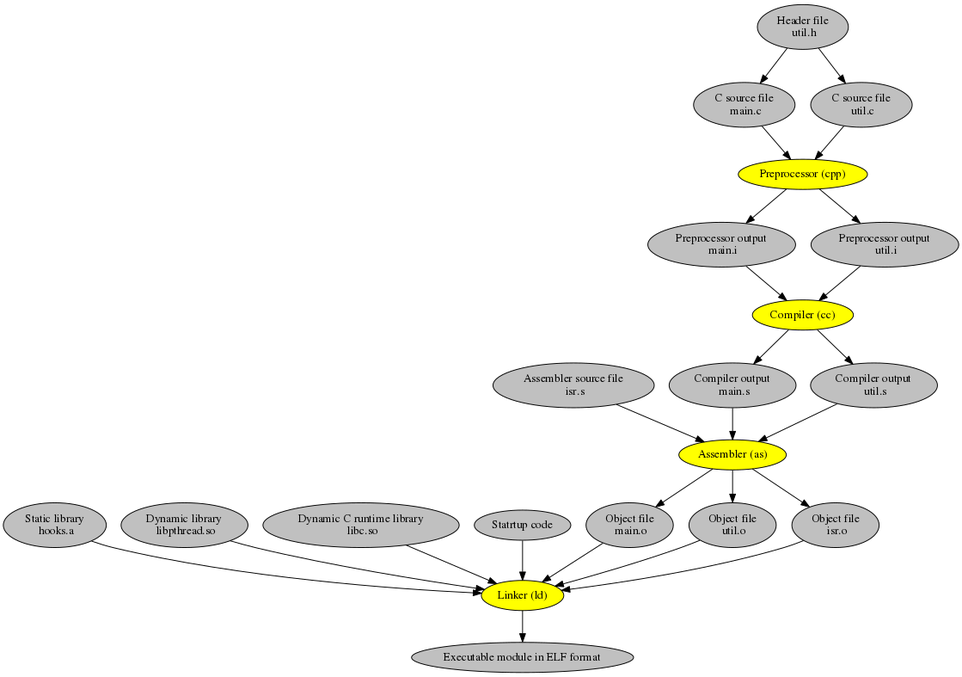
The Graphviz diagram 01_intro/01_flow.png in vslapik/c, before a commit. Its source is kept beside it as 01_intro/01_flow.dot. Source of this version:
```dot
digraph flow {
    "as" [style=filled, fillcolor=yellow,label="Assembler (as)" ];
    "ld" [style=filled, fillcolor=yellow,label="Linker (ld)"];
    "cpp" [style=filled, fillcolor=yellow,label="Preprocessor (cpp)"];
    "cc" [style=filled, fillcolor=yellow,label="Compiler (cc)"];
    "c1" [style=filled, fillcolor=gray,label="C source file\n main.c"];
    "c2" [style=filled, fillcolor=gray,label="C source file\n util.c"];
    "c1i" [style=filled, fillcolor=gray,label="Preprocessor output\n main.i"];
    "c2i" [style=filled, fillcolor=gray,label="Preprocessor output\n util.i"];
    "c1o" [style=filled, fillcolor=gray,label="Object file\n main.o"];
    "c2o" [style=filled, fillcolor=gray,label="Object file\n util.o"];
    "h" [style=filled, fillcolor=gray,label="Header file\n util.h"];
    "isrs" [style=filled, fillcolor=gray,label="Assembler source file\n isr.s"];
    "isro" [style=filled, fillcolor=gray,label="Object file\n isr.o"];
    "a" [style=filled, fillcolor=gray,label="Static library\n hooks.a"];
    "so" [style=filled, fillcolor=gray,label="Dynamic library\n libpthread.so"];
    "libc" [style=filled, fillcolor=gray,label="Dynamic C runtime library\n libc.so"];
    "startup" [style=filled, fillcolor=gray,label="Statrtup code"];
    "elf" [style=filled, fillcolor=gray,label="Executable module in ELF format"];
    "mains" [style=filled, fillcolor=gray,label="Compiler output\n main.s"];
    "utils" [style=filled, fillcolor=gray,label="Compiler output\n util.s"];
    "a" -> "ld";
    "so" -> "ld";
    "libc" -> "ld";
    "h" -> "c1" -> "cpp" -> "c1i" -> "cc" -> "mains" -> "as" -> "c1o" -> "ld";
    "h" -> "c2" -> "cpp" -> "c2i" -> "cc" -> "utils" -> "as" -> "c2o" -> "ld";
    "isrs" -> "as" -> "isro" -> "ld";
    "startup" -> "ld";
    "ld" -> "elf";
}
```
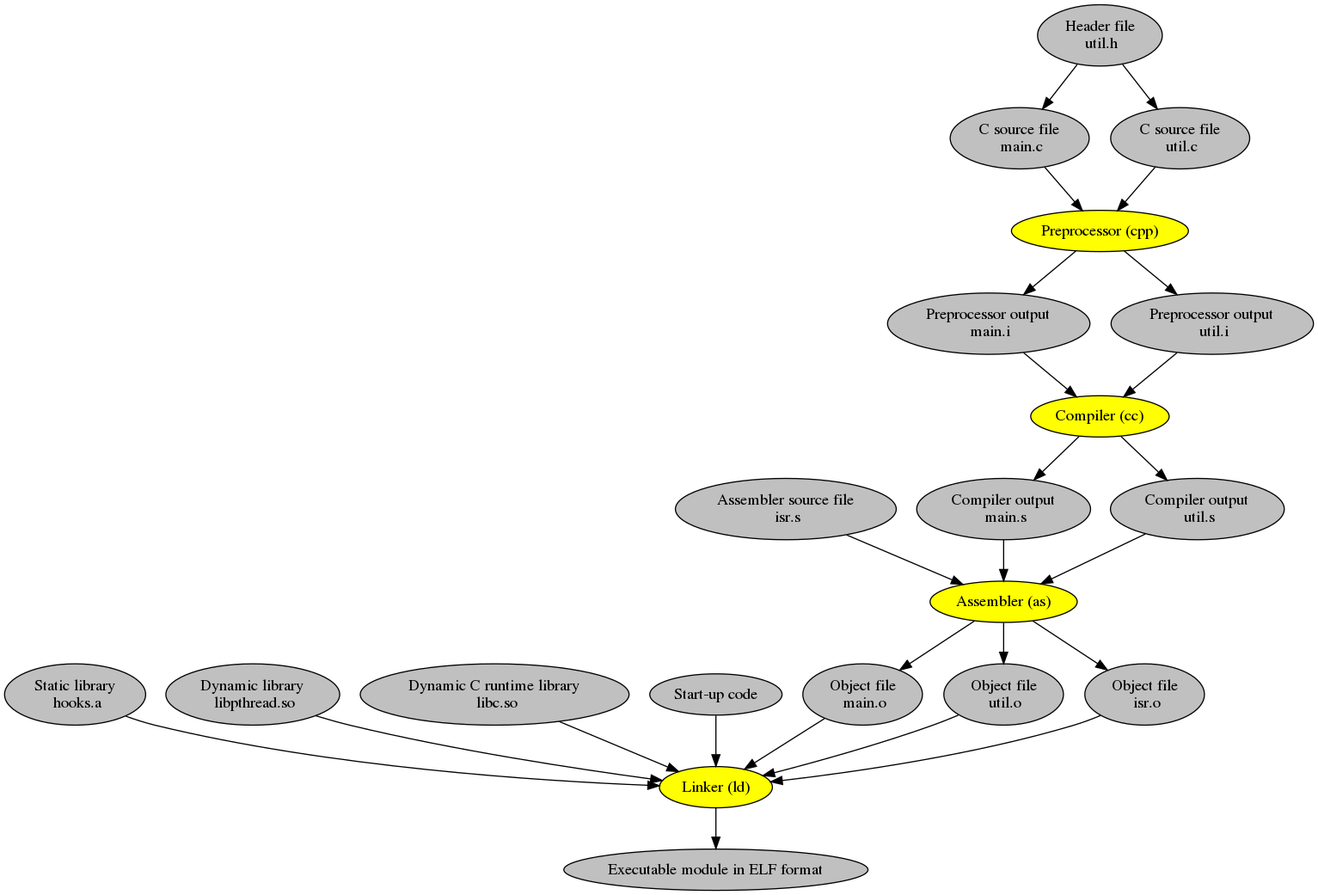
After the change.

Diff of the diagram source:
```diff
@@ -1,4 +1,5 @@
 digraph flow {
+    graph [fontsize=24];
     "as" [style=filled, fillcolor=yellow,label="Assembler (as)" ];
     "ld" [style=filled, fillcolor=yellow,label="Linker (ld)"];
     "cpp" [style=filled, fillcolor=yellow,label="Preprocessor (cpp)"];
@@ -15,7 +16,7 @@
     "a" [style=filled, fillcolor=gray,label="Static library\n hooks.a"];
     "so" [style=filled, fillcolor=gray,label="Dynamic library\n libpthread.so"];
     "libc" [style=filled, fillcolor=gray,label="Dynamic C runtime library\n libc.so"];
-    "startup" [style=filled, fillcolor=gray,label="Statrtup code"];
+    "startup" [style=filled, fillcolor=gray,label="Start-up code"];
     "elf" [style=filled, fillcolor=gray,label="Executable module in ELF format"];
     "mains" [style=filled, fillcolor=gray,label="Compiler output\n main.s"];
     "utils" [style=filled, fillcolor=gray,label="Compiler output\n util.s"];
```
